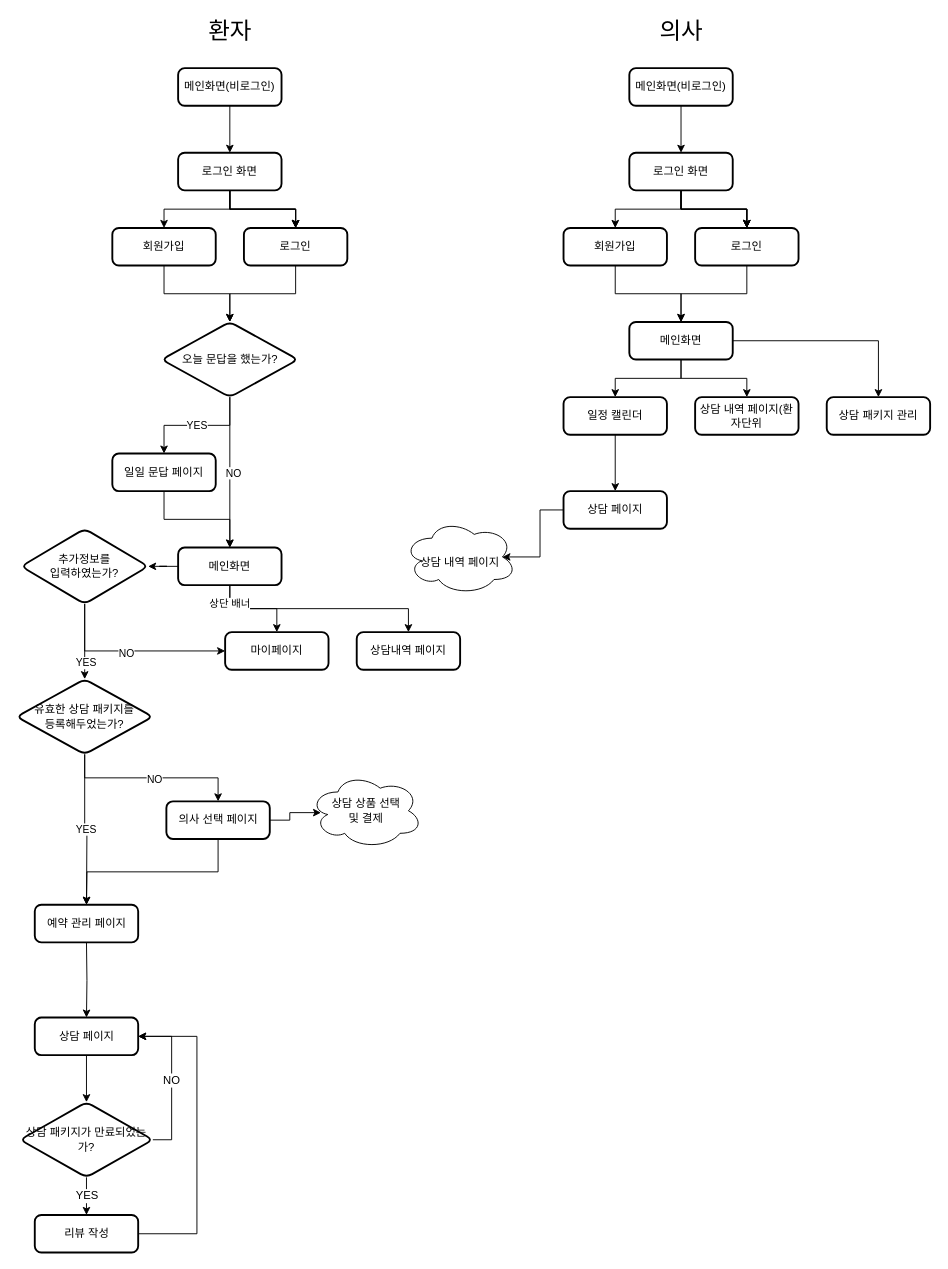
2021-Paas-ta-CDRS/BlueEraser_be keeps this draw.io diagram as page "파랑지우개" (1 of 2) of Flowchart_BlueEraser.drawio. Above is the earlier version. Source tidied: cells renumbered, new cells numbered last; positions are measured from the earlier drawing's top-left corner, leaving out a move shared by most shapes. Both pictures are drawn from the tidied source at 94%, with x=0, y=0 at pixel (16, 21).
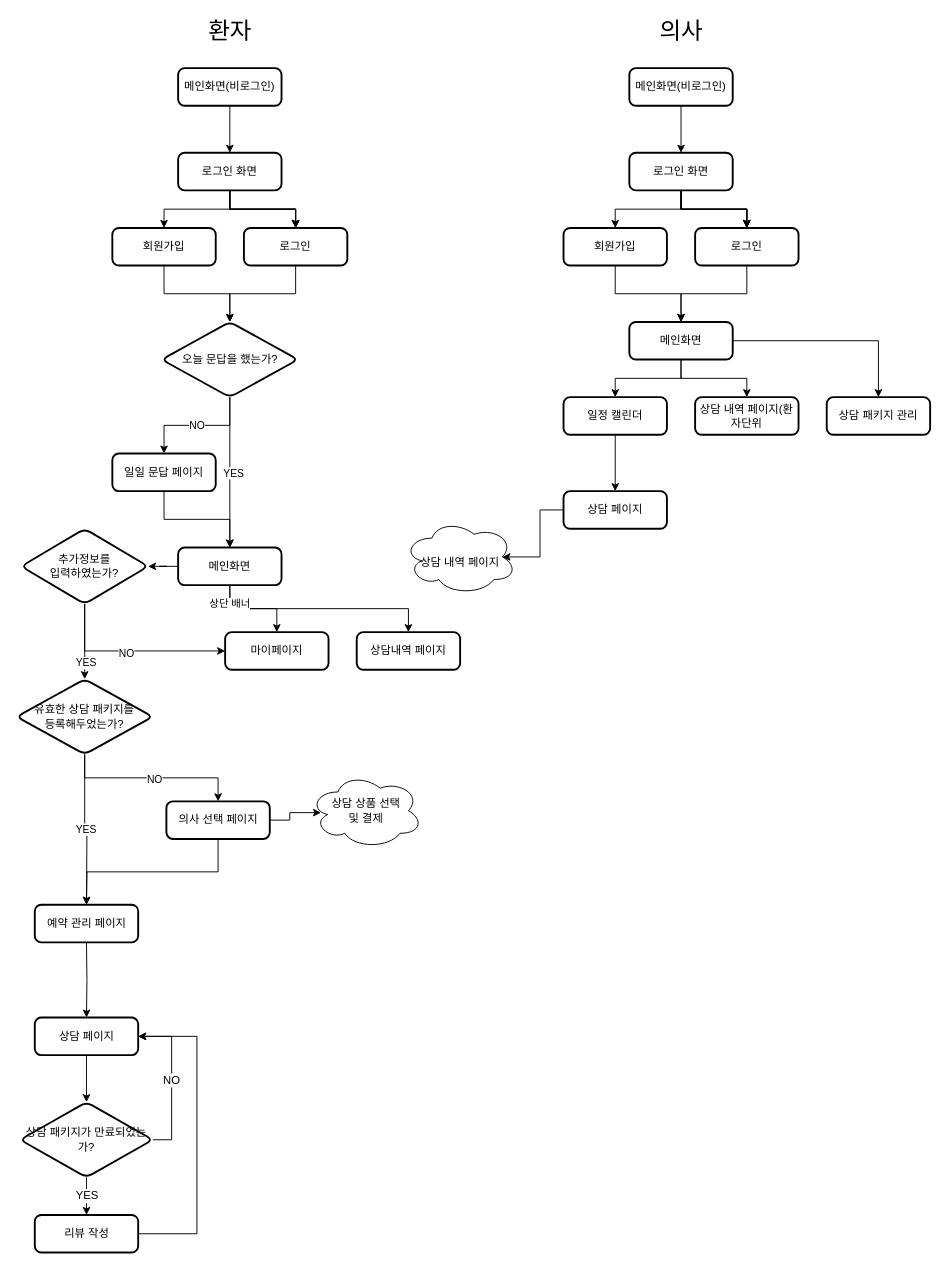
The same page after the edit.

Commit message:
FIX: 틀린그림찾기

Unchanged cells that the change refers to:
```xml
<mxCell id="15" style="edgeStyle=orthogonalEdgeStyle;rounded=0;jettySize=auto;html=1;entryX=0.5;entryY=0;entryDx=0;entryDy=0;" parent="1" edge="1" source="17" target="23">
  <mxGeometry relative="1" as="geometry" />
</mxCell>
<mxCell id="17" value="오늘 문답을 했는가?" style="rhombus;whiteSpace=wrap;html=1;rounded=1;strokeWidth=2;arcSize=14;" parent="1" vertex="1">
  <mxGeometry x="154.5" y="320" width="145" height="80" as="geometry" />
</mxCell>
<mxCell id="19" value="일일 문답 페이지" style="rounded=1;whiteSpace=wrap;html=1;absoluteArcSize=1;arcSize=14;strokeWidth=2;" parent="1" vertex="1">
  <mxGeometry x="102" y="460" width="110" height="40" as="geometry" />
</mxCell>
```

The edit, as a diff of the source:
```diff
@@
-    <mxCell id="14" value="YES" style="edgeStyle=orthogonalEdgeStyle;rounded=0;jettySize=auto;html=1;entryX=0.5;entryY=0;entryDx=0;entryDy=0;" parent="1" edge="1" source="17" target="19">
+    <mxCell id="14" value="NO" style="edgeStyle=orthogonalEdgeStyle;rounded=0;jettySize=auto;html=1;entryX=0.5;entryY=0;entryDx=0;entryDy=0;" parent="1" edge="1" source="17" target="19">
       <mxGeometry relative="1" as="geometry" />
     </mxCell>
@@
-    <mxCell id="16" value="NO" style="edgeLabel;html=1;align=center;verticalAlign=middle;" parent="15" vertex="1">
+    <mxCell id="16" value="YES" style="edgeLabel;html=1;align=center;verticalAlign=middle;" parent="15" vertex="1">
       <mxGeometry y="3" relative="1" as="geometry" />
     </mxCell>
```
